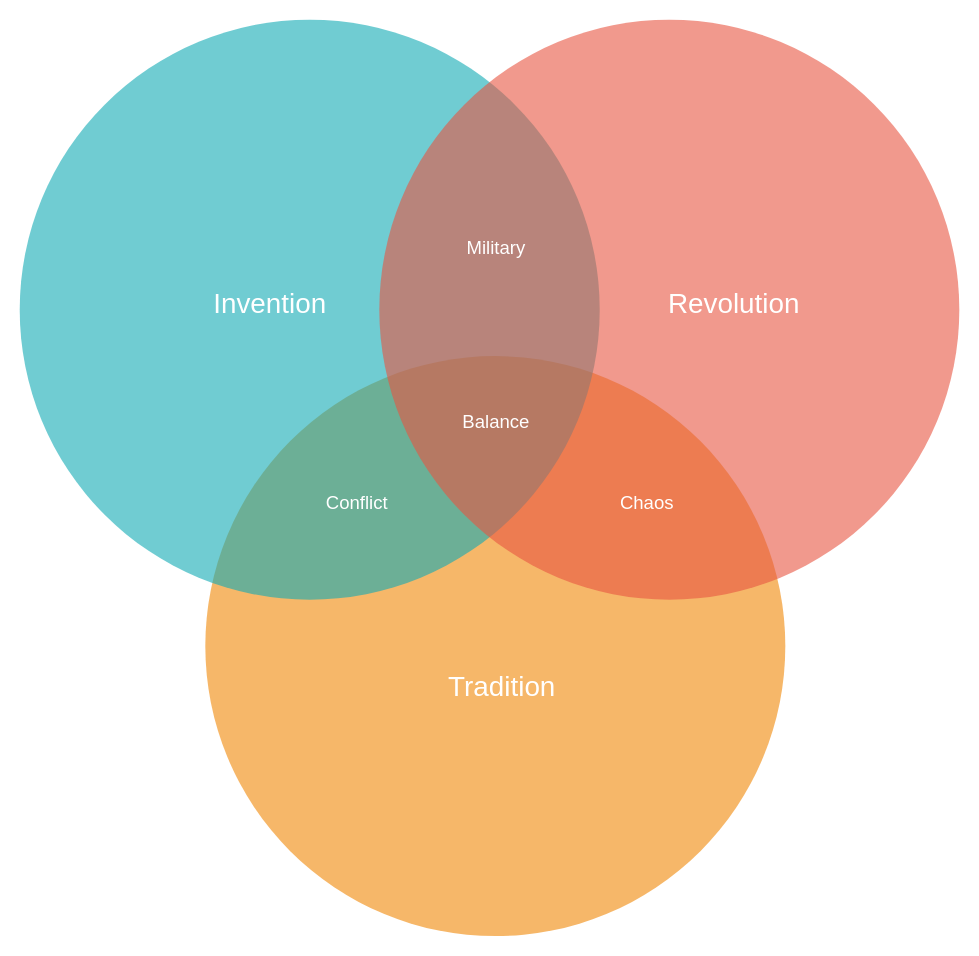
The draw.io diagram Діаграма без назви.drawio in ropog3ovomou/tmp, before the edit. Source tidied: cells renumbered, new cells numbered last; positions are measured from the earlier drawing's top-left corner, leaving out a move shared by most shapes. Both pictures are drawn from the tidied source at 116%, with x=0, y=0 at pixel (20, 19).
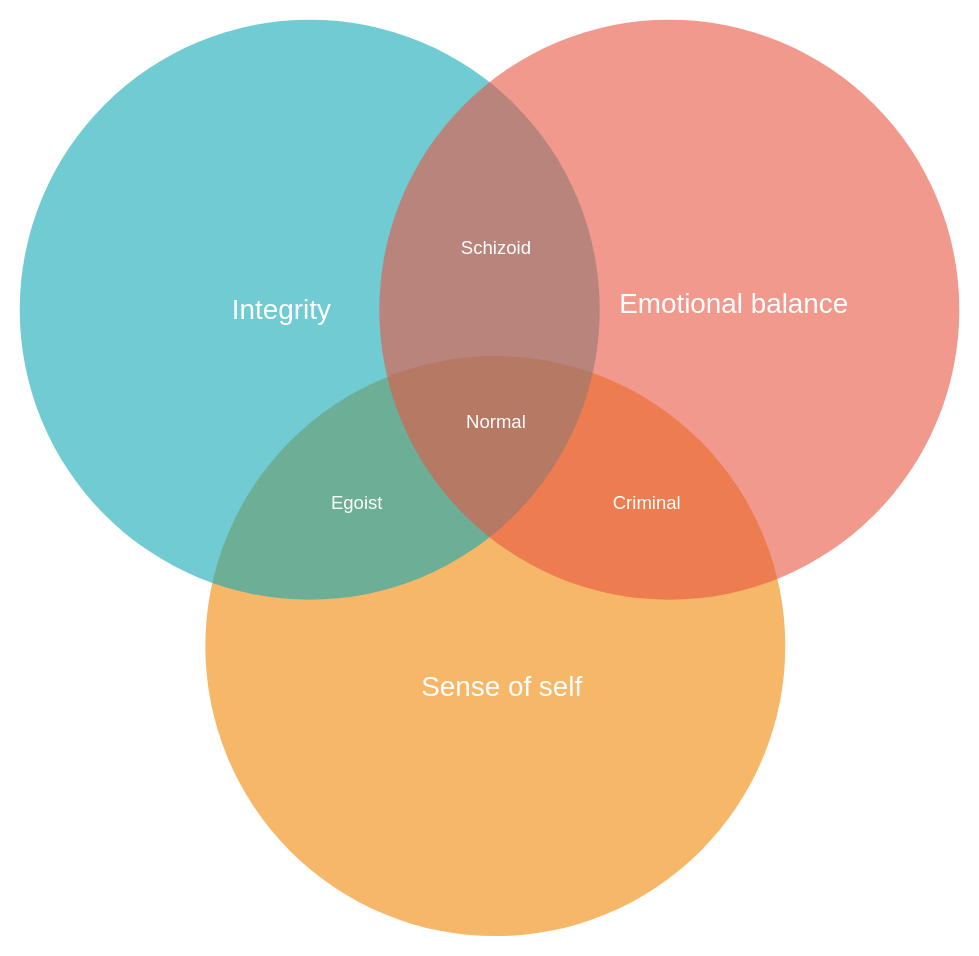
The same page after the edit.

The edit, as a diff of the source:
```diff
@@
 <mxGraphModel>
   <root>
     <mxCell id="0" />
     <mxCell id="1" parent="0" />
     <mxCell id="2" style="ellipse;fillColor=#F08705;opacity=60;strokeColor=none;html=1;fontColor=#FFFFFF;" parent="1" vertex="1">
       <mxGeometry x="159.5" y="290.5" width="500" height="500" as="geometry" />
     </mxCell>
     <mxCell id="3" style="ellipse;fillColor=#12AAB5;opacity=60;strokeColor=none;html=1;fontColor=#FFFFFF;" parent="1" vertex="1">
       <mxGeometry x="-0.5" y="0.5" width="500" height="500" as="geometry" />
     </mxCell>
     <mxCell id="4" style="ellipse;fillColor=#e85642;opacity=60;strokeColor=none;html=1;fontColor=#FFFFFF;" parent="1" vertex="1">
       <mxGeometry x="309.5" y="0.5" width="500" height="500" as="geometry" />
     </mxCell>
-    <mxCell id="5" value="Invention" style="text;fontSize=24;align=center;verticalAlign=middle;html=1;fontColor=#FFFFFF;" parent="1" vertex="1">
-      <mxGeometry x="119.5" y="210.5" width="190" height="70" as="geometry" />
+    <mxCell id="5" value="Integrity" style="text;fontSize=24;align=center;verticalAlign=middle;html=1;fontColor=#FFFFFF;" parent="1" vertex="1">
+      <mxGeometry x="129.5" y="215.5" width="190" height="70" as="geometry" />
     </mxCell>
-    <mxCell id="6" value="Revolution" style="text;fontSize=24;align=center;verticalAlign=middle;html=1;fontColor=#FFFFFF;" parent="1" vertex="1">
+    <mxCell id="6" value="Emotional balance" style="text;fontSize=24;align=center;verticalAlign=middle;html=1;fontColor=#FFFFFF;" parent="1" vertex="1">
       <mxGeometry x="519.5" y="210.5" width="190" height="70" as="geometry" />
     </mxCell>
-    <mxCell id="7" value="Tradition" style="text;fontSize=24;align=center;verticalAlign=middle;html=1;fontColor=#FFFFFF;" parent="1" vertex="1">
+    <mxCell id="7" value="Sense of self" style="text;fontSize=24;align=center;verticalAlign=middle;html=1;fontColor=#FFFFFF;" parent="1" vertex="1">
       <mxGeometry x="319.5" y="540.5" width="190" height="70" as="geometry" />
     </mxCell>
-    <mxCell id="8" value="Military" style="text;align=center;html=1;fontColor=#FFFFFF;fontSize=16;" parent="1" vertex="1">
+    <mxCell id="8" value="Schizoid" style="text;align=center;html=1;fontColor=#FFFFFF;fontSize=16;" parent="1" vertex="1">
       <mxGeometry x="389.5" y="180.5" width="40" height="40" as="geometry" />
     </mxCell>
-    <mxCell id="9" value="Conflict" style="text;align=center;html=1;fontColor=#FFFFFF;fontSize=16;" parent="1" vertex="1">
+    <mxCell id="9" value="Egoist" style="text;align=center;html=1;fontColor=#FFFFFF;fontSize=16;" parent="1" vertex="1">
       <mxGeometry x="269.5" y="400.5" width="40" height="40" as="geometry" />
     </mxCell>
-    <mxCell id="10" value="Chaos" style="text;align=center;html=1;fontColor=#FFFFFF;fontSize=16;" parent="1" vertex="1">
+    <mxCell id="10" value="Criminal" style="text;align=center;html=1;fontColor=#FFFFFF;fontSize=16;" parent="1" vertex="1">
       <mxGeometry x="519.5" y="400.5" width="40" height="40" as="geometry" />
     </mxCell>
-    <mxCell id="11" value="Balance" style="text;align=center;html=1;fontColor=#FFFFFF;fontSize=16;" parent="1" vertex="1">
+    <mxCell id="11" value="Normal" style="text;align=center;html=1;fontColor=#FFFFFF;fontSize=16;" parent="1" vertex="1">
       <mxGeometry x="389.5" y="330.5" width="40" height="40" as="geometry" />
     </mxCell>
   </root>
 </mxGraphModel>
```
